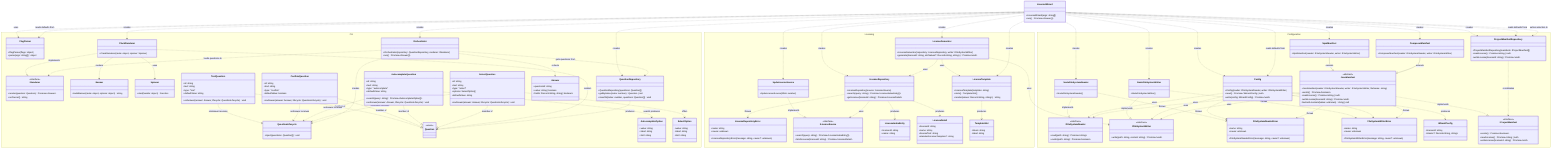
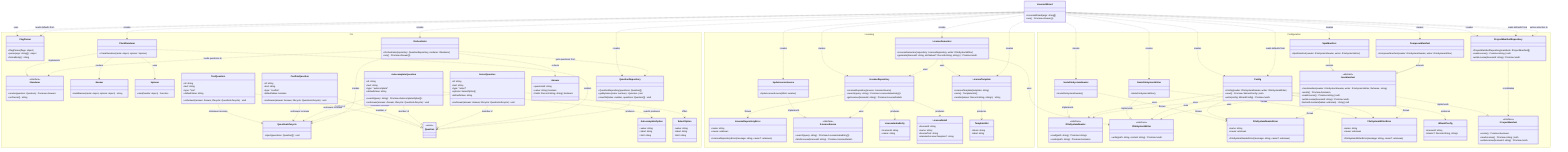
classDiagram
  direction TB

  class LicenseWizard {
    +LicenseWizard(args: string[])
    +run() Promise~Answer[]~
  }

  namespace CLI {
    class FlagParser {
      +FlagParser(flags: object)
      +parse(args: string[]) object
+       +formatHelp() string
    }

    class Orchestrator {
      +Orchestrator(repository: QuestionRepository, renderer: IRenderer)
      +run() Promise~Answer[]~
    }

    class IRenderer {
      <<interface>>
      +render(question: Question) Promise~Answer~
      +onCancel() string
    }

    class ClackRenderer {
      +ClackRenderer(meta: object, spinner: Spinner)
    }

    class Banner {
      +buildBanner(meta: object, options: object) string
    }

    class Spinner {
      +start(handle: object) Function
    }

    class QuestionRepository {
      +QuestionRepository(questions: Question[])
      +getByIndex(index: number) Question | null
      +insertAt(index: number, questions: Question[]) void
    }

    class QuestionLifecycle {
      +inject(questions: Question[]) void
    }

    class Question {
      <<union>>
    }

    class TextQuestion {
      +id: string
      +text: string
      +type: "text"
      +defaultValue: string
      +onAnswer(answer: Answer, lifecycle: QuestionLifecycle) void
    }

    class ConfirmQuestion {
      +id: string
      +text: string
      +type: "confirm"
      +defaultValue: boolean
      +onAnswer(answer: Answer, lifecycle: QuestionLifecycle) void
    }

    class AutocompleteQuestion {
      +id: string
      +text: string
      +type: "autocomplete"
      +defaultValue: string
      +search(query: string) Promise~AutocompleteOption[]~
      +onAnswer(answer: Answer, lifecycle: QuestionLifecycle) void
    }

    class AutocompleteOption {
      +value: string
      +label: string
      +hint: string
    }

    class SelectQuestion {
      +id: string
      +text: string
      +type: "select"
      +options: SelectOption[]
      +defaultValue: string
      +onAnswer(answer: Answer, lifecycle: QuestionLifecycle) void
    }

    class SelectOption {
      +value: string
      +label: string
      +hint: string
    }

    class Answer {
      +questionId: string
      +value: string | boolean
      +fields: Record~string, string | boolean~
    }
  }

  namespace Licensing {
    class LicenseRepository {
      +LicenseRepository(source: ILicenseSource)
      +search(query: string) Promise~LicenseIndexEntry[]~
      +getLicense(licenseId: string) Promise~LicenseDetail~
    }

    class LicenseRepositoryError {
      +name: string
      +cause: unknown
      +LicenseRepositoryError(message: string, cause?: unknown)
    }

    class ILicenseSource {
      <<interface>>
      +search(query: string) Promise~LicenseIndexEntry[]~
      +fetchLicense(licenseId: string) Promise~LicenseDetail~
    }

    class SpdxLicenseSource {
      +SpdxLicenseSource(ttlMs: number)
    }

    class LicenseIndexEntry {
      +licenseId: string
      +name: string
    }

    class LicenseDetail {
      +licenseId: string
      +name: string
      +licenseText: string
      +standardLicenseTemplate?: string
    }

    class LicenseTemplate {
      +LicenseTemplate(template: string)
      +slots() TemplateSlot[]
      +render(values: Record~string, string~) string
    }

    class TemplateSlot {
      +token: string
      +label: string
    }

    class LicenseGenerator {
      +LicenseGenerator(repository: LicenseRepository, writer: IFileSystemWriter)
      +generate(licenseId: string, slotValues?: Record~string, string~) Promise~void~
    }
  }

  namespace Configuration {
    class IFileSystemReader {
      <<interface>>
      +read(path: string) Promise~string~
      +exists(path: string) Promise~boolean~
    }

    class IFileSystemWriter {
      <<interface>>
      +write(path: string, content: string) Promise~void~
    }

    class NodeFileSystemReader {
      +NodeFileSystemReader()
    }

    class NodeFileSystemWriter {
      +NodeFileSystemWriter()
    }

    class FileSystemReaderError {
      +name: string
      +cause: unknown
      +FileSystemReaderError(message: string, cause?: unknown)
    }

    class FileSystemWriterError {
      +name: string
      +cause: unknown
      +FileSystemWriterError(message: string, cause?: unknown)
    }

    class WizardConfig {
      +licenseId: string
      +tokens?: Record~string, string~
    }

    class Config {
      +Config(reader: IFileSystemReader, writer: IFileSystemWriter)
      +read() Promise~WizardConfig | null~
      +write(config: WizardConfig) Promise~void~
    }

    class IProjectManifest {
      <<interface>>
      +exists() Promise~boolean~
      +readLicense() Promise~string | null~
      +writeLicense(licenseId: string) Promise~void~
    }

    class JsonManifest {
      <<abstract>>
      +JsonManifest(reader: IFileSystemReader, writer: IFileSystemWriter, fileName: string)
      +exists() Promise~boolean~
      +readLicense() Promise~string | null~
      +writeLicense(licenseId: string) Promise~void~
      #extractLicenseId(value: unknown)* string | null
    }

    class NpmManifest {
      +NpmManifest(reader: IFileSystemReader, writer: IFileSystemWriter)
    }

    class ComposerManifest {
      +ComposerManifest(reader: IFileSystemReader, writer: IFileSystemWriter)
    }

    class ProjectManifestRepository {
      +ProjectManifestRepository(manifests: IProjectManifest[])
      +readLicense() Promise~string | null~
      +writeLicense(licenseId: string) Promise~void~
    }
  }

  TextQuestion ..|> Question : member of
  ConfirmQuestion ..|> Question : member of
  AutocompleteQuestion ..|> Question : member of
  SelectQuestion ..|> Question : member of
  TextQuestion ..> QuestionLifecycle : onAnswer receives
  ConfirmQuestion ..> QuestionLifecycle : onAnswer receives
  AutocompleteQuestion ..> QuestionLifecycle : onAnswer receives
  SelectQuestion ..> QuestionLifecycle : onAnswer receives
  SelectQuestion ..> SelectOption : offers
  Orchestrator ..> QuestionLifecycle : creates
  ClackRenderer ..|> IRenderer : implements
  ClackRenderer ..> Spinner : uses
  ClackRenderer ..> Banner : renders
  LicenseWizard ..> FlagParser : uses
  LicenseWizard ..> FlagParser : reads defaults from
  LicenseWizard ..> QuestionRepository : creates
  LicenseWizard ..> ClackRenderer : creates
  LicenseWizard ..> Orchestrator : creates
  LicenseWizard ..> SpdxLicenseSource : creates
  LicenseWizard ..> LicenseRepository : creates
  LicenseWizard ..> LicenseGenerator : creates
  Orchestrator ..> QuestionRepository : gets questions from
  Orchestrator ..> IRenderer : feeds questions to
  ClackRenderer ..> Question : renders
  QuestionRepository ..> Question : produces
  AutocompleteQuestion ..> AutocompleteOption : search produces
  Orchestrator ..> Answer : collects
  SpdxLicenseSource ..|> ILicenseSource : implements
  LicenseRepository ..> ILicenseSource : uses
  LicenseRepository ..> LicenseIndexEntry : produces
  LicenseRepository ..> LicenseDetail : produces
  LicenseRepository ..> LicenseRepositoryError : throws
  LicenseGenerator ..> LicenseRepository : uses
  LicenseGenerator ..> IFileSystemWriter : uses
  LicenseGenerator ..> LicenseTemplate : uses
  LicenseTemplate ..> TemplateSlot : produces
  LicenseWizard ..> LicenseTemplate : creates
  NodeFileSystemReader ..|> IFileSystemReader : implements
  NodeFileSystemWriter ..|> IFileSystemWriter : implements
  NodeFileSystemReader ..> FileSystemReaderError : throws
  NodeFileSystemWriter ..> FileSystemWriterError : throws
  Config ..> IFileSystemReader : uses
  Config ..> IFileSystemWriter : uses
  Config ..> WizardConfig : produces
  Config ..> FileSystemReaderError : throws
  Config ..> FileSystemWriterError : throws
  JsonManifest ..|> IProjectManifest : implements
  NpmManifest --|> JsonManifest : extends
  ComposerManifest --|> JsonManifest : extends
  JsonManifest ..> IFileSystemReader : uses
  JsonManifest ..> IFileSystemWriter : uses
  JsonManifest ..> FileSystemReaderError : throws
  JsonManifest ..> FileSystemWriterError : throws
  ProjectManifestRepository ..> IProjectManifest : coordinates
  LicenseWizard ..> NodeFileSystemReader : creates
  LicenseWizard ..> NodeFileSystemWriter : creates
  LicenseWizard ..> Config : creates
  LicenseWizard ..> Config : reads defaults from
  LicenseWizard ..> NpmManifest : creates
  LicenseWizard ..> ComposerManifest : creates
  LicenseWizard ..> ProjectManifestRepository : creates
  LicenseWizard ..> ProjectManifestRepository : reads defaults from
  LicenseWizard ..> ProjectManifestRepository : writes selection to
